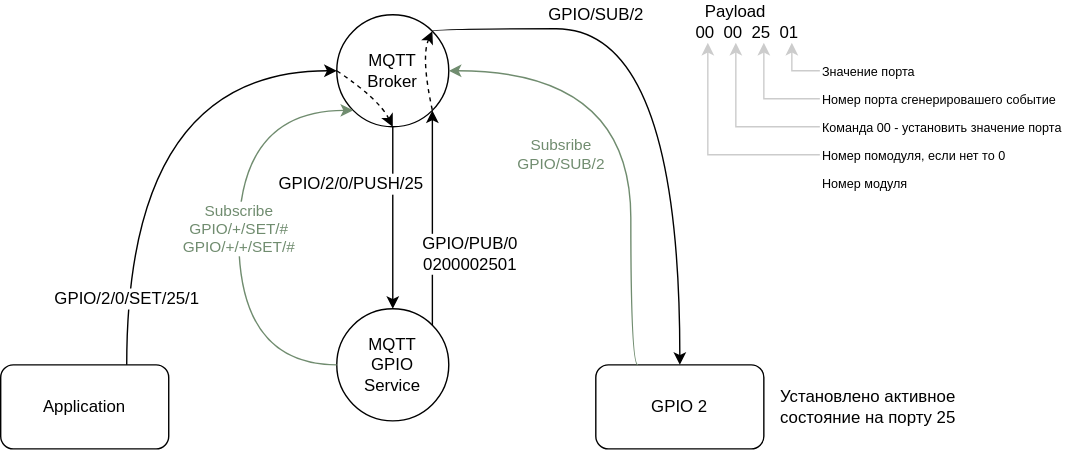
This is docs/light/gpio/mqtt_messages_receive.svg from atitoff/CSH4, a draw.io export, as it was before one commit. Source tidied: cells renumbered, new cells last; positions are measured from the earlier drawing's top-left corner, leaving out a move shared by most shapes.
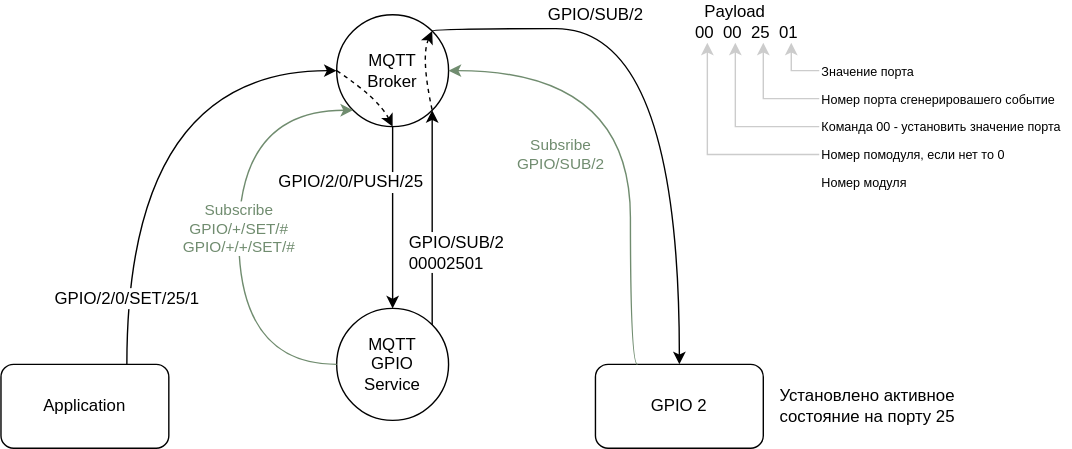
The same diagram one commit later.

Change to the diagram source:
```diff
@@ -107,9 +107,9 @@
     <mxCell id="23" style="endArrow=none;html=1;rounded=0;fontSize=12;strokeColor=#000000;exitX=1;exitY=1;exitDx=0;exitDy=0;entryX=1;entryY=0;entryDx=0;entryDy=0;endFill=0;startArrow=classic;startFill=1;" parent="1" edge="1" source="2" target="8">
       <mxGeometry relative="1" as="geometry" />
     </mxCell>
-    <mxCell id="24" value="&lt;span style=&quot;background-color: rgb(255, 255, 255);&quot;&gt;GPIO/PUB/0&lt;br style=&quot;&quot;&gt;0200002501&lt;/span&gt;" style="edgeLabel;html=1;align=center;verticalAlign=middle;fontSize=12;fontFamily=Helvetica;" parent="23" vertex="1">
+    <mxCell id="24" value="&lt;span style=&quot;background-color: rgb(255, 255, 255);&quot;&gt;GPIO/SUB/2&lt;br style=&quot;&quot;&gt;00002501&lt;/span&gt;" style="edgeLabel;html=1;align=left;verticalAlign=middle;fontSize=12;fontFamily=Helvetica;" parent="23" vertex="1">
       <mxGeometry x="0.37" relative="1" as="geometry">
-        <mxPoint x="26" y="-3" as="offset" />
+        <mxPoint x="-18" y="-3" as="offset" />
       </mxGeometry>
     </mxCell>
     <mxCell id="25" style="endArrow=none;html=1;rounded=0;labelBackgroundColor=none;fontFamily=Helvetica;fontSize=11;strokeColor=#000000;exitX=0;exitY=0.5;exitDx=0;exitDy=0;entryX=0.75;entryY=0;entryDx=0;entryDy=0;edgeStyle=orthogonalEdgeStyle;curved=1;endFill=0;startArrow=classic;startFill=1;" parent="1" edge="1" source="2" target="4">
```
